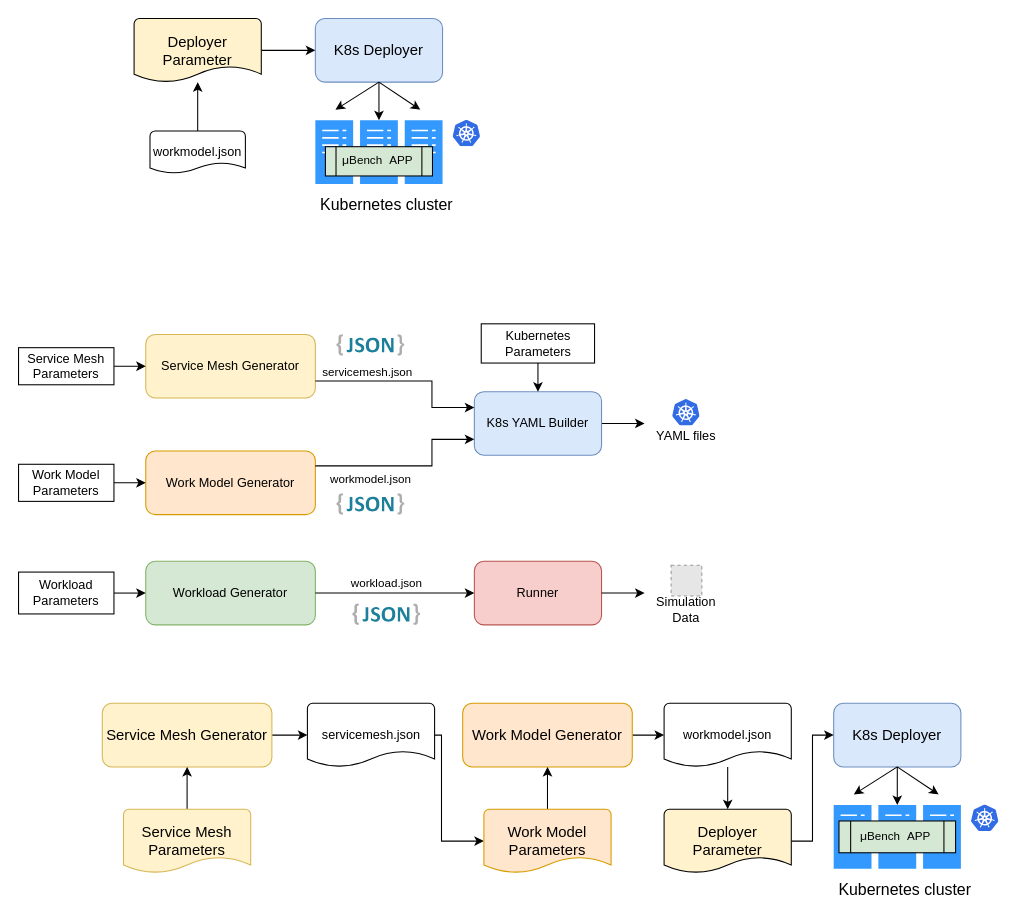
The draw.io diagram page "overview" (3 of 3) of Docs/msvcbench-abstraction.drawio in mSvcBench/muBench, before the edit. Source tidied: cells renumbered, new cells numbered last; positions are measured from the earlier drawing's top-left corner, leaving out a move shared by most shapes. Both pictures are drawn from the tidied source at 106%, with x=0, y=0 at pixel (18, 18). Pictures stored in the file or linked from it are replaced by grey dashed boxes.
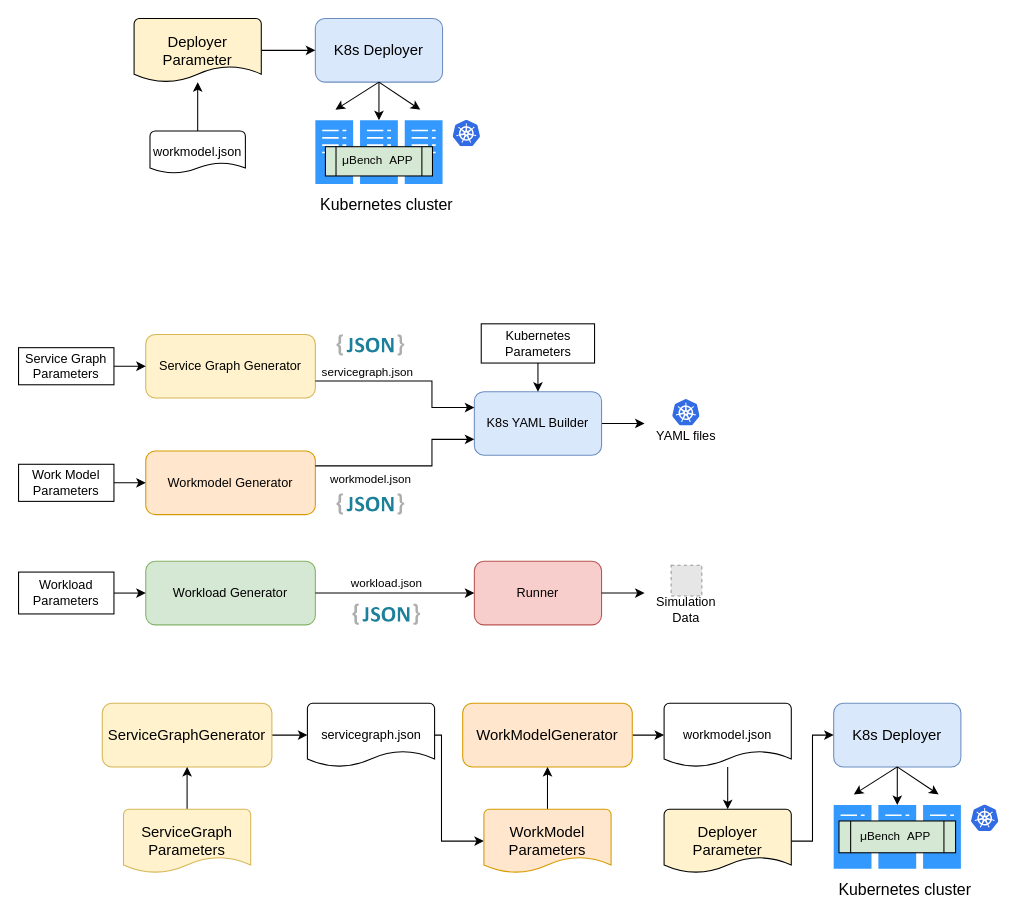
After the change.

The change refers to these unchanged cells:
```xml
<mxCell id="2" style="group;" parent="1" vertex="1">
  <mxGeometry y="288" width="665.1" height="284" as="geometry" />
</mxCell>
<mxCell id="11" style="rounded=0;jettySize=auto;html=1;entryX=0;entryY=0.25;entryDx=0;entryDy=0;edgeStyle=orthogonalEdgeStyle;" parent="2" edge="1" source="3" target="10">
  <mxGeometry relative="1" as="geometry">
    <Array as="points">
      <mxPoint x="390" y="54" />
      <mxPoint x="390" y="79" />
    </Array>
  </mxGeometry>
</mxCell>
```

Change to the diagram source:
```diff
@@
-    <mxCell id="3" value="Service Mesh Generator" style="rounded=1;whiteSpace=wrap;html=1;fillColor=#fff2cc;strokeColor=#d6b656;" parent="2" vertex="1">
+    <mxCell id="3" value="Service Graph Generator" style="rounded=1;whiteSpace=wrap;html=1;fillColor=#fff2cc;strokeColor=#d6b656;" parent="2" vertex="1">
       <mxGeometry x="120" y="10" width="160" height="60" as="geometry" />
     </mxCell>
@@
-    <mxCell id="5" value="Service Mesh Parameters" style="text;html=1;align=center;verticalAlign=middle;whiteSpace=wrap;rounded=0;strokeColor=#000000;" parent="2" vertex="1">
+    <mxCell id="5" value="Service Graph Parameters" style="text;html=1;align=center;verticalAlign=middle;whiteSpace=wrap;rounded=0;strokeColor=#000000;" parent="2" vertex="1">
       <mxGeometry y="22.5" width="90" height="35" as="geometry" />
     </mxCell>
-    <mxCell id="6" value="Work Model Generator" style="rounded=1;whiteSpace=wrap;html=1;fillColor=#ffe6cc;strokeColor=#d79b00;" parent="2" vertex="1">
+    <mxCell id="6" value="Workmodel Generator" style="rounded=1;whiteSpace=wrap;html=1;fillColor=#ffe6cc;strokeColor=#d79b00;" parent="2" vertex="1">
       <mxGeometry x="120" y="120" width="160" height="60" as="geometry" />
     </mxCell>
@@
-    <mxCell id="12" value="servicemesh.json" style="edgeLabel;html=1;align=center;verticalAlign=bottom;" parent="11" vertex="1">
+    <mxCell id="12" value="servicegraph.json" style="edgeLabel;html=1;align=center;verticalAlign=bottom;" parent="11" vertex="1">
       <mxGeometry x="-0.45" relative="1" as="geometry" />
     </mxCell>
@@
-    <mxCell id="42" value="Service Mesh Generator" style="rounded=1;whiteSpace=wrap;html=1;fillColor=#fff2cc;strokeColor=#d6b656;fontSize=14;" parent="1" vertex="1">
+    <mxCell id="42" value="ServiceGraphGenerator" style="rounded=1;whiteSpace=wrap;html=1;fillColor=#fff2cc;strokeColor=#d6b656;fontSize=14;" parent="1" vertex="1">
       <mxGeometry x="79" y="646" width="160" height="60" as="geometry" />
     </mxCell>
@@
-    <mxCell id="44" value="Service Mesh&lt;br style=&quot;font-size: 12px;&quot;&gt;Parameters" style="html=1;shape=mxgraph.flowchart.document2;whiteSpace=wrap;size=0.25;align=center;fontSize=14;fillColor=#fff2cc;rounded=1;strokeColor=#d6b656;" parent="1" vertex="1">
+    <mxCell id="44" value="ServiceGraph&lt;br style=&quot;font-size: 12px;&quot;&gt;Parameters" style="html=1;shape=mxgraph.flowchart.document2;whiteSpace=wrap;size=0.25;align=center;fontSize=14;fillColor=#fff2cc;rounded=1;strokeColor=#d6b656;" parent="1" vertex="1">
       <mxGeometry x="99" y="746" width="120" height="60" as="geometry" />
     </mxCell>
@@
-    <mxCell id="46" value="Work Model Generator" style="rounded=1;whiteSpace=wrap;html=1;fillColor=#ffe6cc;strokeColor=#d79b00;fontSize=14;" parent="1" vertex="1">
+    <mxCell id="46" value="WorkModelGenerator" style="rounded=1;whiteSpace=wrap;html=1;fillColor=#ffe6cc;strokeColor=#d79b00;fontSize=14;" parent="1" vertex="1">
       <mxGeometry x="419" y="646" width="160" height="60" as="geometry" />
     </mxCell>
@@
-    <mxCell id="48" value="&lt;span style=&quot;font-size: 12px; background-color: rgb(255, 255, 255);&quot;&gt;servicemesh.json&lt;/span&gt;" style="strokeWidth=1;html=1;shape=mxgraph.flowchart.document2;whiteSpace=wrap;size=0.25;align=center;fontSize=12;fillColor=#FFFFFF;" parent="1" vertex="1">
+    <mxCell id="48" value="&lt;span style=&quot;font-size: 12px; background-color: rgb(255, 255, 255);&quot;&gt;servicegraph.json&lt;/span&gt;" style="strokeWidth=1;html=1;shape=mxgraph.flowchart.document2;whiteSpace=wrap;size=0.25;align=center;fontSize=12;fillColor=#FFFFFF;" parent="1" vertex="1">
       <mxGeometry x="272.5" y="646" width="120" height="60" as="geometry" />
     </mxCell>
@@
-    <mxCell id="50" value="Work Model&lt;br style=&quot;font-size: 14px;&quot;&gt;Parameters" style="html=1;shape=mxgraph.flowchart.document2;whiteSpace=wrap;size=0.25;align=center;fontSize=14;fillColor=#ffe6cc;rounded=1;strokeColor=#d79b00;" parent="1" vertex="1">
+    <mxCell id="50" value="WorkModel&lt;br style=&quot;font-size: 14px;&quot;&gt;Parameters" style="html=1;shape=mxgraph.flowchart.document2;whiteSpace=wrap;size=0.25;align=center;fontSize=14;fillColor=#ffe6cc;rounded=1;strokeColor=#d79b00;" parent="1" vertex="1">
       <mxGeometry x="439" y="746" width="120" height="60" as="geometry" />
     </mxCell>
```
